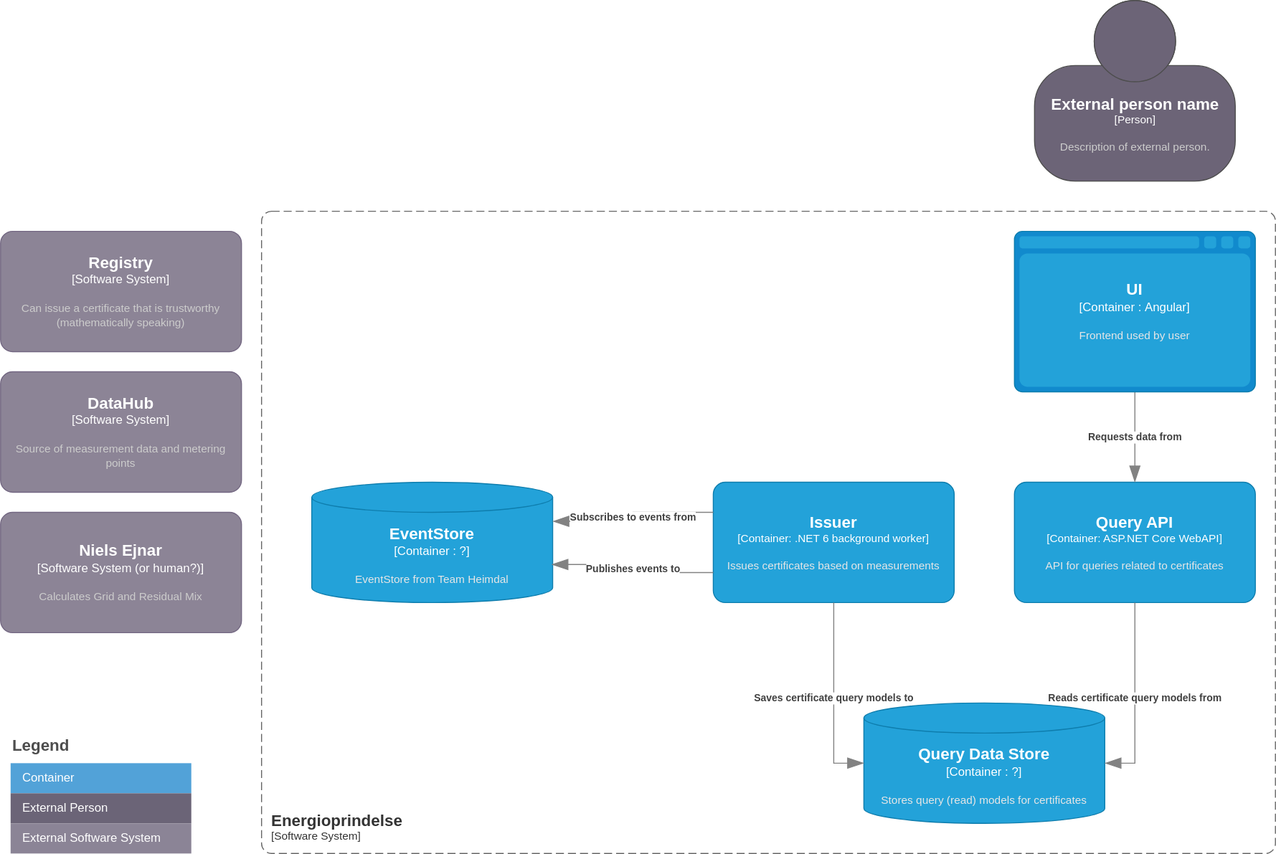
Above: doc/architecture/diagrams/certificates.container.drawio.svg in Energinet-DataHub/energy-origin (draw.io), before the change. Source tidied: cells renumbered, new cells last; positions are measured from the earlier drawing's top-left corner, leaving out a move shared by most shapes. Source of this version:
```xml
<mxGraphModel>
  <root>
    <mxCell id="0" />
    <mxCell id="1" parent="0" />
    <object id="2" label="&lt;font style=&quot;font-size: 16px&quot;&gt;&lt;b&gt;&lt;div style=&quot;text-align: left&quot;&gt;%c4Name%&lt;/div&gt;&lt;/b&gt;&lt;/font&gt;&lt;div style=&quot;text-align: left&quot;&gt;[%c4Application%]&lt;/div&gt;" c4Application="Software System" c4Name="Energioprindelse" c4Type="SystemScopeBoundary" placeholders="1">
      <mxCell style="rounded=1;fontSize=11;whiteSpace=wrap;html=1;dashed=1;arcSize=20;fillColor=none;strokeColor=#666666;fontColor=#333333;labelBackgroundColor=none;align=left;verticalAlign=bottom;labelBorderColor=none;spacingTop=0;spacing=10;dashPattern=8 4;perimeter=rectanglePerimeter;noLabel=0;labelPadding=0;absoluteArcSize=1;" parent="1" vertex="1">
        <mxGeometry x="260" y="210" width="1010" height="640" as="geometry" />
      </mxCell>
    </object>
    <object id="3" label="&lt;font style=&quot;font-size: 16px&quot;&gt;&lt;b&gt;%c4Type%&lt;/font&gt;&lt;div&gt;[%c4Container%:&amp;nbsp;%c4Technology%]&lt;/div&gt;&lt;br&gt;&lt;div&gt;&lt;font style=&quot;font-size: 11px&quot;&gt;&lt;font color=&quot;#E6E6E6&quot;&gt;%c4Description%&lt;/font&gt;&lt;/div&gt;" c4Container="Container " c4Description="EventStore from Team Heimdal " c4Technology="?" c4Type="EventStore" placeholders="1">
      <mxCell style="shape=cylinder3;size=15;whiteSpace=wrap;html=1;boundedLbl=1;rounded=0;labelBackgroundColor=none;fillColor=#23A2D9;fontSize=12;fontColor=#ffffff;align=center;strokeColor=#0E7DAD;points=[[0.5,0,0],[1,0.25,0],[1,0.5,0],[1,0.75,0],[0.5,1,0],[0,0.75,0],[0,0.5,0],[0,0.25,0]];" parent="1" vertex="1">
        <mxGeometry x="310" y="480" width="240" height="120" as="geometry" />
      </mxCell>
    </object>
    <object id="4" label="&lt;font style=&quot;font-size: 16px&quot;&gt;&lt;b&gt;%c4Name%&lt;/b&gt;&lt;/font&gt;&lt;div&gt;[%c4Type%: %c4Technology%]&lt;/div&gt;&lt;br&gt;&lt;div&gt;&lt;font style=&quot;font-size: 11px&quot;&gt;&lt;font color=&quot;#E6E6E6&quot;&gt;%c4Description%&lt;/font&gt;&lt;/div&gt;" c4Description="API for queries related to certificates" c4Name="Query API" c4Technology="ASP.NET Core WebAPI" c4Type="Container" placeholders="1">
      <mxCell style="rounded=1;whiteSpace=wrap;html=1;fontSize=11;labelBackgroundColor=none;fillColor=#23A2D9;fontColor=#ffffff;align=center;arcSize=10;strokeColor=#0E7DAD;points=[[0.25,0,0],[0.5,0,0],[0.75,0,0],[1,0.25,0],[1,0.5,0],[1,0.75,0],[0.75,1,0],[0.5,1,0],[0.25,1,0],[0,0.75,0],[0,0.5,0],[0,0.25,0]];" parent="1" vertex="1">
        <mxGeometry x="1010" y="480" width="240" height="120" as="geometry" />
      </mxCell>
    </object>
    <object id="5" label="&lt;font style=&quot;font-size: 16px&quot;&gt;&lt;b&gt;%c4Name%&lt;/b&gt;&lt;/font&gt;&lt;div&gt;[%c4Type%: %c4Technology%]&lt;/div&gt;&lt;br&gt;&lt;div&gt;&lt;font style=&quot;font-size: 11px&quot;&gt;&lt;font color=&quot;#E6E6E6&quot;&gt;%c4Description%&lt;/font&gt;&lt;/div&gt;" c4Description="Issues certificates based on measurements" c4Name="Issuer" c4Technology=".NET 6 background worker" c4Type="Container" placeholders="1">
      <mxCell style="rounded=1;whiteSpace=wrap;html=1;fontSize=11;labelBackgroundColor=none;fillColor=#23A2D9;fontColor=#ffffff;align=center;arcSize=10;strokeColor=#0E7DAD;points=[[0.25,0,0],[0.5,0,0],[0.75,0,0],[1,0.25,0],[1,0.5,0],[1,0.75,0],[0.75,1,0],[0.5,1,0],[0.25,1,0],[0,0.75,0],[0,0.5,0],[0,0.25,0]];" parent="1" vertex="1">
        <mxGeometry x="710" y="480" width="240" height="120" as="geometry" />
      </mxCell>
    </object>
    <object id="6" label="&lt;font style=&quot;font-size: 16px&quot;&gt;&lt;b&gt;%c4Type%&lt;/font&gt;&lt;div&gt;[%c4Container%:&amp;nbsp;%c4Technology%]&lt;/div&gt;&lt;br&gt;&lt;div&gt;&lt;font style=&quot;font-size: 11px&quot;&gt;&lt;font color=&quot;#E6E6E6&quot;&gt;%c4Description%&lt;/font&gt;&lt;/div&gt;" c4Container="Container " c4Description="Stores query (read) models for certificates" c4Technology="?" c4Type="Query Data Store" placeholders="1">
      <mxCell style="shape=cylinder3;size=15;whiteSpace=wrap;html=1;boundedLbl=1;rounded=0;labelBackgroundColor=none;fillColor=#23A2D9;fontSize=12;fontColor=#ffffff;align=center;strokeColor=#0E7DAD;points=[[0.5,0,0],[1,0.25,0],[1,0.5,0],[1,0.75,0],[0.5,1,0],[0,0.75,0],[0,0.5,0],[0,0.25,0]];" parent="1" vertex="1">
        <mxGeometry x="860" y="700" width="240" height="120" as="geometry" />
      </mxCell>
    </object>
    <object id="7" label="&lt;div style=&quot;text-align: left&quot;&gt;&lt;div style=&quot;text-align: center&quot;&gt;&lt;b&gt;%c4Description%&lt;/b&gt;&lt;/div&gt;" c4Description="Subscribes to events from" c4Type="Relationship" placeholders="1">
      <mxCell style="endArrow=blockThin;html=1;fontSize=10;fontColor=#404040;strokeWidth=1;endFill=1;strokeColor=#828282;elbow=vertical;endSize=14;startSize=14;jumpStyle=arc;jumpSize=16;rounded=0;edgeStyle=orthogonalEdgeStyle;exitX=0;exitY=0.25;exitDx=0;exitDy=0;exitPerimeter=0;entryX=1;entryY=0.325;entryDx=0;entryDy=0;entryPerimeter=0;" parent="1" edge="1" source="5" target="3">
        <mxGeometry relative="1" as="geometry" />
      </mxCell>
    </object>
    <object id="8" label="&lt;div style=&quot;text-align: left&quot;&gt;&lt;div style=&quot;text-align: center&quot;&gt;&lt;b&gt;%c4Description%&lt;/b&gt;&lt;/div&gt;" c4Description="Publishes events to" c4Type="Relationship" placeholders="1">
      <mxCell style="endArrow=blockThin;html=1;fontSize=10;fontColor=#404040;strokeWidth=1;endFill=1;strokeColor=#828282;elbow=vertical;endSize=14;startSize=14;jumpStyle=arc;jumpSize=16;rounded=0;edgeStyle=orthogonalEdgeStyle;entryX=0.996;entryY=0.683;entryDx=0;entryDy=0;entryPerimeter=0;exitX=0;exitY=0.75;exitDx=0;exitDy=0;exitPerimeter=0;" parent="1" edge="1" source="5" target="3">
        <mxGeometry relative="1" as="geometry" />
      </mxCell>
    </object>
    <object id="9" label="&lt;div style=&quot;text-align: left&quot;&gt;&lt;div style=&quot;text-align: center&quot;&gt;&lt;b&gt;%c4Description%&lt;/b&gt;&lt;/div&gt;" c4Description="Saves certificate query models to" c4Type="Relationship" placeholders="1">
      <mxCell style="endArrow=blockThin;html=1;fontSize=10;fontColor=#404040;strokeWidth=1;endFill=1;strokeColor=#828282;elbow=vertical;endSize=14;startSize=14;jumpStyle=arc;jumpSize=16;rounded=0;edgeStyle=orthogonalEdgeStyle;exitX=0.5;exitY=1;exitDx=0;exitDy=0;exitPerimeter=0;entryX=0;entryY=0.5;entryDx=0;entryDy=0;entryPerimeter=0;" parent="1" edge="1" source="5" target="6">
        <mxGeometry relative="1" as="geometry" />
      </mxCell>
    </object>
    <object id="10" label="&lt;div style=&quot;text-align: left&quot;&gt;&lt;div style=&quot;text-align: center&quot;&gt;&lt;b&gt;%c4Description%&lt;/b&gt;&lt;/div&gt;" c4Description="Reads certificate query models from" c4Type="Relationship" placeholders="1">
      <mxCell style="endArrow=blockThin;html=1;fontSize=10;fontColor=#404040;strokeWidth=1;endFill=1;strokeColor=#828282;elbow=vertical;endSize=14;startSize=14;jumpStyle=arc;jumpSize=16;rounded=0;edgeStyle=orthogonalEdgeStyle;exitX=0.5;exitY=1;exitDx=0;exitDy=0;exitPerimeter=0;entryX=1;entryY=0.5;entryDx=0;entryDy=0;entryPerimeter=0;" parent="1" edge="1" source="4" target="6">
        <mxGeometry relative="1" as="geometry" />
      </mxCell>
    </object>
    <object id="11" label="&lt;div style=&quot;text-align: left&quot;&gt;&lt;div style=&quot;text-align: center&quot;&gt;&lt;b&gt;%c4Description%&lt;/b&gt;&lt;/div&gt;" c4Description="Requests data from" c4Type="Relationship" placeholders="1">
      <mxCell style="endArrow=blockThin;html=1;fontSize=10;fontColor=#404040;strokeWidth=1;endFill=1;strokeColor=#828282;elbow=vertical;endSize=14;startSize=14;jumpStyle=arc;jumpSize=16;rounded=0;edgeStyle=orthogonalEdgeStyle;exitX=0.5;exitY=1;exitDx=0;exitDy=0;exitPerimeter=0;" parent="1" edge="1" source="14" target="4">
        <mxGeometry relative="1" as="geometry" />
      </mxCell>
    </object>
    <object id="12" label="&lt;font style=&quot;font-size: 16px&quot;&gt;&lt;b&gt;%c4Name%&lt;/b&gt;&lt;/font&gt;&lt;div&gt;[%c4Type%]&lt;/div&gt;&lt;br&gt;&lt;div&gt;&lt;font style=&quot;font-size: 11px&quot;&gt;&lt;font color=&quot;#cccccc&quot;&gt;%c4Description%&lt;/font&gt;&lt;/div&gt;" c4Description="Source of measurement data and metering points" c4Name="DataHub" c4Type="Software System" placeholders="1">
      <mxCell style="rounded=1;whiteSpace=wrap;html=1;labelBackgroundColor=none;fillColor=#8C8496;fontColor=#ffffff;align=center;arcSize=10;strokeColor=#736782;" parent="1" vertex="1">
        <mxGeometry y="370" width="240" height="120" as="geometry" />
      </mxCell>
    </object>
    <object id="13" label="&lt;font style=&quot;font-size: 16px&quot;&gt;&lt;b&gt;%c4Name%&lt;/b&gt;&lt;/font&gt;&lt;div&gt;[%c4Type%]&lt;/div&gt;&lt;br&gt;&lt;div&gt;&lt;font style=&quot;font-size: 11px&quot;&gt;&lt;font color=&quot;#cccccc&quot;&gt;%c4Description%&lt;/font&gt;&lt;/div&gt;" c4Description="Description of external person." c4Name="External person name" c4Type="Person" placeholders="1">
      <mxCell style="html=1;fontSize=11;dashed=0;whitespace=wrap;fillColor=#6C6477;strokeColor=#4D4D4D;fontColor=#ffffff;shape=mxgraph.c4.person2;align=center;" parent="1" vertex="1">
        <mxGeometry x="1030" width="200" height="180" as="geometry" />
      </mxCell>
    </object>
    <object id="14" label="&lt;font style=&quot;font-size: 16px&quot;&gt;&lt;b&gt;%c4Type%&lt;/font&gt;&lt;div&gt;[%c4Container%:&amp;nbsp;%c4Technology%]&lt;/div&gt;&lt;br&gt;&lt;div&gt;&lt;font style=&quot;font-size: 11px&quot;&gt;&lt;font color=&quot;#E6E6E6&quot;&gt;%c4Description%&lt;/font&gt;&lt;/div&gt;" c4Container="Container " c4Description="Frontend used by user" c4Technology="Angular" c4Type="UI" placeholders="1">
      <mxCell style="shape=mxgraph.c4.webBrowserContainer;whiteSpace=wrap;html=1;boundedLbl=1;rounded=0;labelBackgroundColor=none;fillColor=#118ACD;fontSize=12;fontColor=#ffffff;align=center;strokeColor=#0E7DAD;points=[[0.5,0,0],[1,0.25,0],[1,0.5,0],[1,0.75,0],[0.5,1,0],[0,0.75,0],[0,0.5,0],[0,0.25,0]];" parent="1" vertex="1">
        <mxGeometry x="1010" y="230" width="240" height="160" as="geometry" />
      </mxCell>
    </object>
    <object id="15" label="&lt;font style=&quot;font-size: 16px&quot;&gt;&lt;b&gt;%c4Name%&lt;/b&gt;&lt;/font&gt;&lt;div&gt;[%c4Type%]&lt;/div&gt;&lt;br&gt;&lt;div&gt;&lt;font style=&quot;font-size: 11px&quot;&gt;&lt;font color=&quot;#cccccc&quot;&gt;%c4Description%&lt;/font&gt;&lt;/div&gt;" c4Description="Calculates Grid and Residual Mix" c4Name="Niels Ejnar" c4Type="Software System (or human?)" placeholders="1">
      <mxCell style="rounded=1;whiteSpace=wrap;html=1;labelBackgroundColor=none;fillColor=#8C8496;fontColor=#ffffff;align=center;arcSize=10;strokeColor=#736782;" parent="1" vertex="1">
        <mxGeometry y="510" width="240" height="120" as="geometry" />
      </mxCell>
    </object>
    <object id="16" label="&lt;font style=&quot;font-size: 16px&quot;&gt;&lt;b&gt;%c4Name%&lt;/b&gt;&lt;/font&gt;&lt;div&gt;[%c4Type%]&lt;/div&gt;&lt;br&gt;&lt;div&gt;&lt;font style=&quot;font-size: 11px&quot;&gt;&lt;font color=&quot;#cccccc&quot;&gt;%c4Description%&lt;/font&gt;&lt;/div&gt;" c4Description="Can issue a certificate that is trustworthy (mathematically speaking)" c4Name="Registry" c4Type="Software System" placeholders="1">
      <mxCell style="rounded=1;whiteSpace=wrap;html=1;labelBackgroundColor=none;fillColor=#8C8496;fontColor=#ffffff;align=center;arcSize=10;strokeColor=#736782;" parent="1" vertex="1">
        <mxGeometry y="230" width="240" height="120" as="geometry" />
      </mxCell>
    </object>
    <mxCell id="17" value="Legend" style="align=left;fontSize=16;fontStyle=1;strokeColor=none;fillColor=none;fontColor=#4D4D4D;spacingTop=-8;" parent="1" vertex="1">
      <mxGeometry x="10" y="730" width="180" height="30" as="geometry" />
    </mxCell>
    <mxCell id="18" style="shape=table;html=1;whiteSpace=wrap;startSize=0;fillColor=none;align=left;spacingLeft=10;strokeColor=none;rounded=1;arcSize=11;fontColor=#FFFFFF;" parent="1" vertex="1">
      <mxGeometry x="10" y="760" width="180" height="90" as="geometry" />
    </mxCell>
    <mxCell id="19" value="Container" style="shape=partialRectangle;html=1;whiteSpace=wrap;fillColor=#52A2D8;top=0;left=0;bottom=0;right=0;overflow=hidden;align=left;spacingLeft=10;fontColor=#FFFFFF;" parent="18" vertex="1">
      <mxGeometry width="180" height="30" as="geometry" />
    </mxCell>
    <mxCell id="20" value="External Person" style="shape=partialRectangle;html=1;whiteSpace=wrap;fillColor=#6B6477;top=0;left=0;bottom=0;right=0;overflow=hidden;align=left;spacingLeft=10;fontColor=#FFFFFF;" parent="18" vertex="1">
      <mxGeometry y="30" width="180" height="30" as="geometry" />
    </mxCell>
    <mxCell id="21" value="External Software System" style="shape=partialRectangle;html=1;whiteSpace=wrap;fillColor=#8B8496;top=0;left=0;bottom=0;right=0;overflow=hidden;align=left;spacingLeft=10;fontColor=#FFFFFF;" parent="18" vertex="1">
      <mxGeometry y="60" width="180" height="30" as="geometry" />
    </mxCell>
  </root>
</mxGraphModel>
```
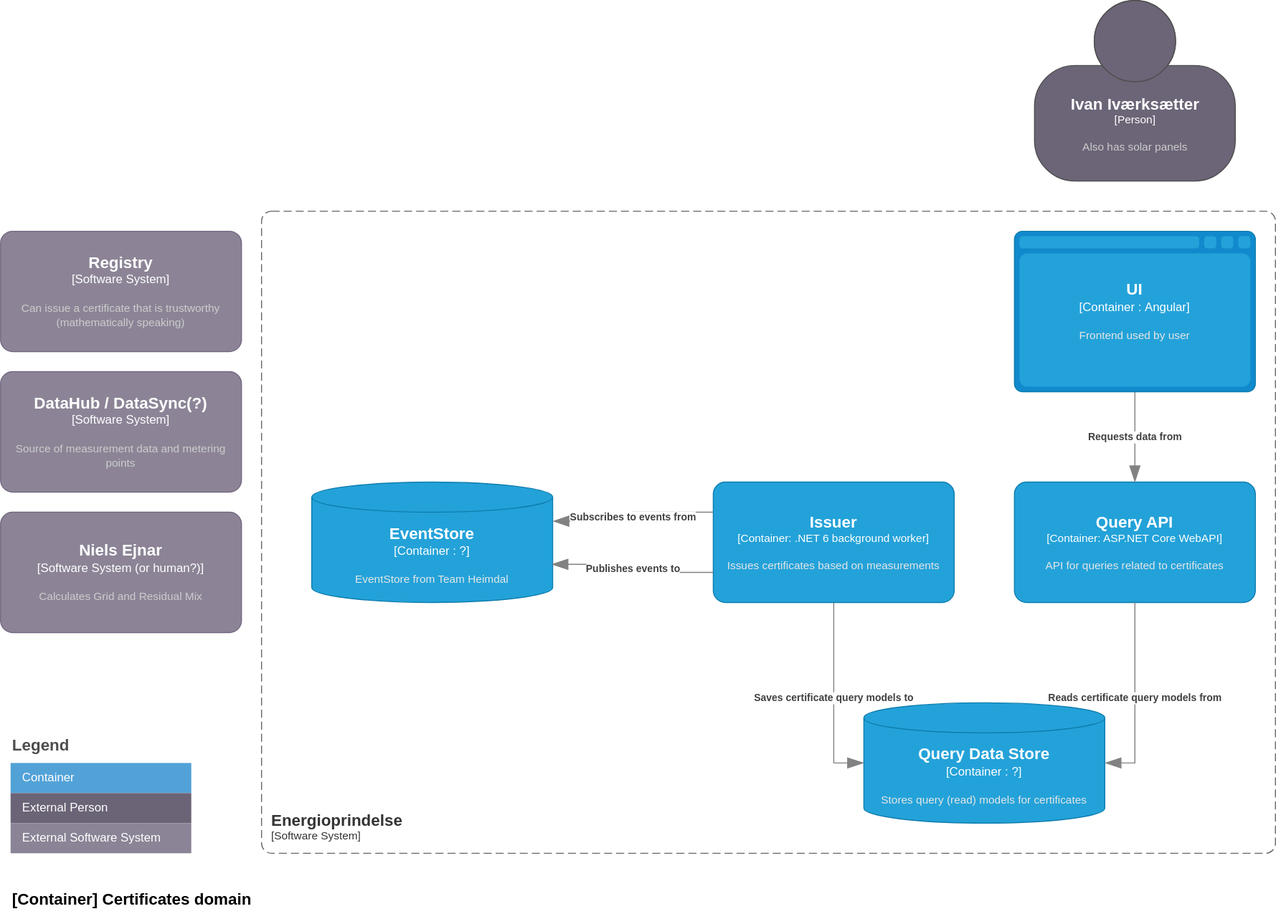
Above is the later version.

What changed in the source:
```diff
@@ -52,12 +52,12 @@
         <mxGeometry relative="1" as="geometry" />
       </mxCell>
     </object>
-    <object id="12" label="&lt;font style=&quot;font-size: 16px&quot;&gt;&lt;b&gt;%c4Name%&lt;/b&gt;&lt;/font&gt;&lt;div&gt;[%c4Type%]&lt;/div&gt;&lt;br&gt;&lt;div&gt;&lt;font style=&quot;font-size: 11px&quot;&gt;&lt;font color=&quot;#cccccc&quot;&gt;%c4Description%&lt;/font&gt;&lt;/div&gt;" c4Description="Source of measurement data and metering points" c4Name="DataHub" c4Type="Software System" placeholders="1">
+    <object id="12" label="&lt;font style=&quot;font-size: 16px&quot;&gt;&lt;b&gt;%c4Name%&lt;/b&gt;&lt;/font&gt;&lt;div&gt;[%c4Type%]&lt;/div&gt;&lt;br&gt;&lt;div&gt;&lt;font style=&quot;font-size: 11px&quot;&gt;&lt;font color=&quot;#cccccc&quot;&gt;%c4Description%&lt;/font&gt;&lt;/div&gt;" c4Description="Source of measurement data and metering points" c4Name="DataHub / DataSync(?)" c4Type="Software System" placeholders="1">
       <mxCell style="rounded=1;whiteSpace=wrap;html=1;labelBackgroundColor=none;fillColor=#8C8496;fontColor=#ffffff;align=center;arcSize=10;strokeColor=#736782;" parent="1" vertex="1">
         <mxGeometry y="370" width="240" height="120" as="geometry" />
       </mxCell>
     </object>
-    <object id="13" label="&lt;font style=&quot;font-size: 16px&quot;&gt;&lt;b&gt;%c4Name%&lt;/b&gt;&lt;/font&gt;&lt;div&gt;[%c4Type%]&lt;/div&gt;&lt;br&gt;&lt;div&gt;&lt;font style=&quot;font-size: 11px&quot;&gt;&lt;font color=&quot;#cccccc&quot;&gt;%c4Description%&lt;/font&gt;&lt;/div&gt;" c4Description="Description of external person." c4Name="External person name" c4Type="Person" placeholders="1">
+    <object id="13" label="&lt;font style=&quot;font-size: 16px&quot;&gt;&lt;b&gt;%c4Name%&lt;/b&gt;&lt;/font&gt;&lt;div&gt;[%c4Type%]&lt;/div&gt;&lt;br&gt;&lt;div&gt;&lt;font style=&quot;font-size: 11px&quot;&gt;&lt;font color=&quot;#cccccc&quot;&gt;%c4Description%&lt;/font&gt;&lt;/div&gt;" c4Description="Also has solar panels" c4Name="Ivan Iværksætter" c4Type="Person" placeholders="1">
       <mxCell style="html=1;fontSize=11;dashed=0;whitespace=wrap;fillColor=#6C6477;strokeColor=#4D4D4D;fontColor=#ffffff;shape=mxgraph.c4.person2;align=center;" parent="1" vertex="1">
         <mxGeometry x="1030" width="200" height="180" as="geometry" />
       </mxCell>
@@ -92,5 +92,10 @@
     <mxCell id="21" value="External Software System" style="shape=partialRectangle;html=1;whiteSpace=wrap;fillColor=#8B8496;top=0;left=0;bottom=0;right=0;overflow=hidden;align=left;spacingLeft=10;fontColor=#FFFFFF;" parent="18" vertex="1">
       <mxGeometry y="60" width="180" height="30" as="geometry" />
     </mxCell>
+    <object id="22" label="&lt;font style=&quot;font-size: 16px&quot;&gt;&lt;b&gt;&lt;div style=&quot;text-align: left&quot;&gt;%c4Name%&lt;/div&gt;&lt;/b&gt;&lt;/font&gt;&lt;div style=&quot;text-align: left&quot;&gt;%c4Description%&lt;/div&gt;" c4Description="" c4Name="[Container] Certificates domain" c4Type="ContainerDiagramTitle" placeholders="1">
+      <mxCell style="text;html=1;strokeColor=none;fillColor=none;align=left;verticalAlign=top;whiteSpace=wrap;rounded=0;" parent="1" vertex="1">
+        <mxGeometry x="10" y="880" width="260" height="40" as="geometry" />
+      </mxCell>
+    </object>
   </root>
 </mxGraphModel>
```
